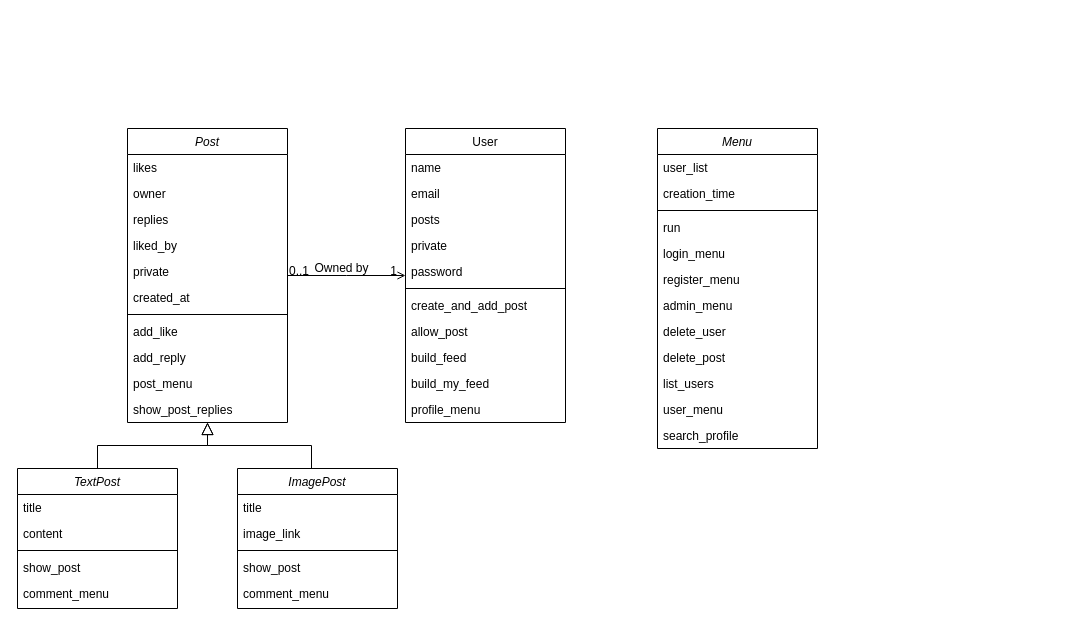
This is diagrama.drawio from gabisartori/INE5402-trabalho-final, a draw.io file, before an edit. Source tidied: cells renumbered, new cells numbered last; positions are measured from the earlier drawing's top-left corner, leaving out a move shared by most shapes. Both pictures are drawn from the tidied source at 100%, with x=0, y=0 at pixel (17, 128).
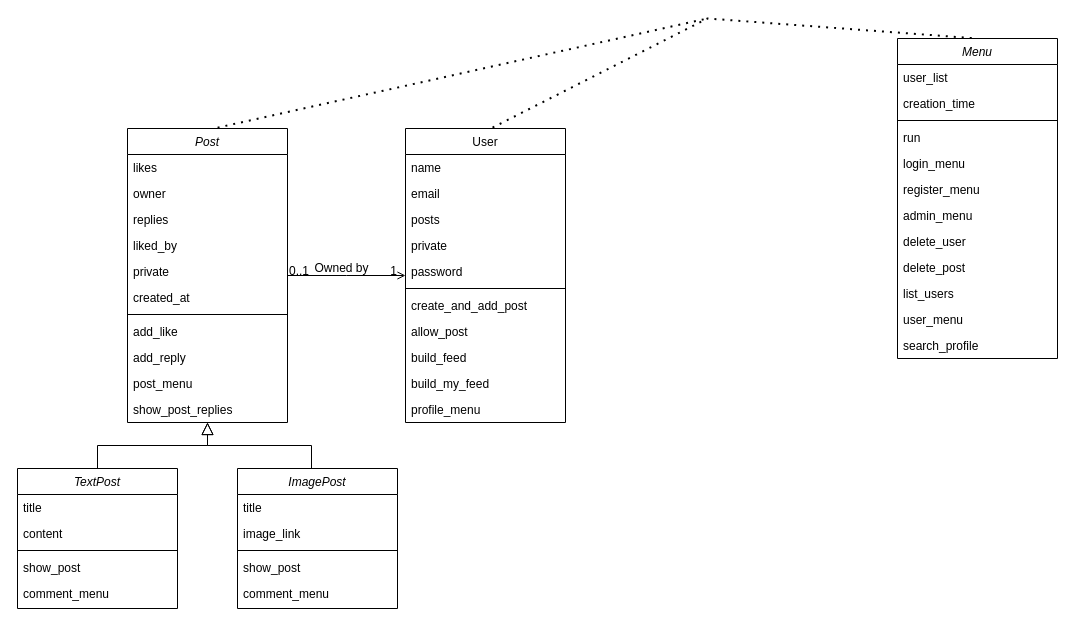
The same page after the edit.

Unchanged cells that the change refers to:
```xml
<mxCell id="2" value="Post" style="swimlane;fontStyle=2;align=center;verticalAlign=top;horizontal=1;startSize=26;rounded=0;shadow=0;strokeWidth=1;" parent="1" vertex="1">
  <mxGeometry x="110" width="160" height="294" as="geometry" />
</mxCell>
<mxCell id="16" value="User" style="swimlane;fontStyle=0;align=center;verticalAlign=top;horizontal=1;startSize=26;rounded=0;shadow=0;strokeWidth=1;" parent="1" vertex="1">
  <mxGeometry x="388" width="160" height="294" as="geometry" />
</mxCell>
```

What changed in the source:
```diff
@@
     <mxCell id="44" value="Menu" style="swimlane;fontStyle=2;align=center;verticalAlign=top;horizontal=1;startSize=26;rounded=0;shadow=0;strokeWidth=1;" parent="1" vertex="1">
-      <mxGeometry x="640" width="160" height="320" as="geometry" />
+      <mxGeometry x="880" y="-90" width="160" height="320" as="geometry" />
     </mxCell>
@@
+    <mxCell id="57" style="endArrow=none;dashed=1;html=1;dashPattern=1 3;strokeWidth=2;rounded=0;entryX=0.5;entryY=0;entryDx=0;entryDy=0;exitX=0.544;exitY=-0.003;exitDx=0;exitDy=0;exitPerimeter=0;" parent="1" edge="1" source="16" target="44">
+      <mxGeometry relative="1" as="geometry">
+        <Array as="points">
+          <mxPoint x="690" y="-110" />
+        </Array>
+      </mxGeometry>
+    </mxCell>
+    <mxCell id="58" style="endArrow=none;dashed=1;html=1;dashPattern=1 3;strokeWidth=2;rounded=0;exitX=0.563;exitY=-0.003;exitDx=0;exitDy=0;exitPerimeter=0;" parent="1" edge="1" source="2">
+      <mxGeometry relative="1" as="geometry">
+        <mxPoint x="690" y="-110" as="targetPoint" />
+      </mxGeometry>
+    </mxCell>
```
